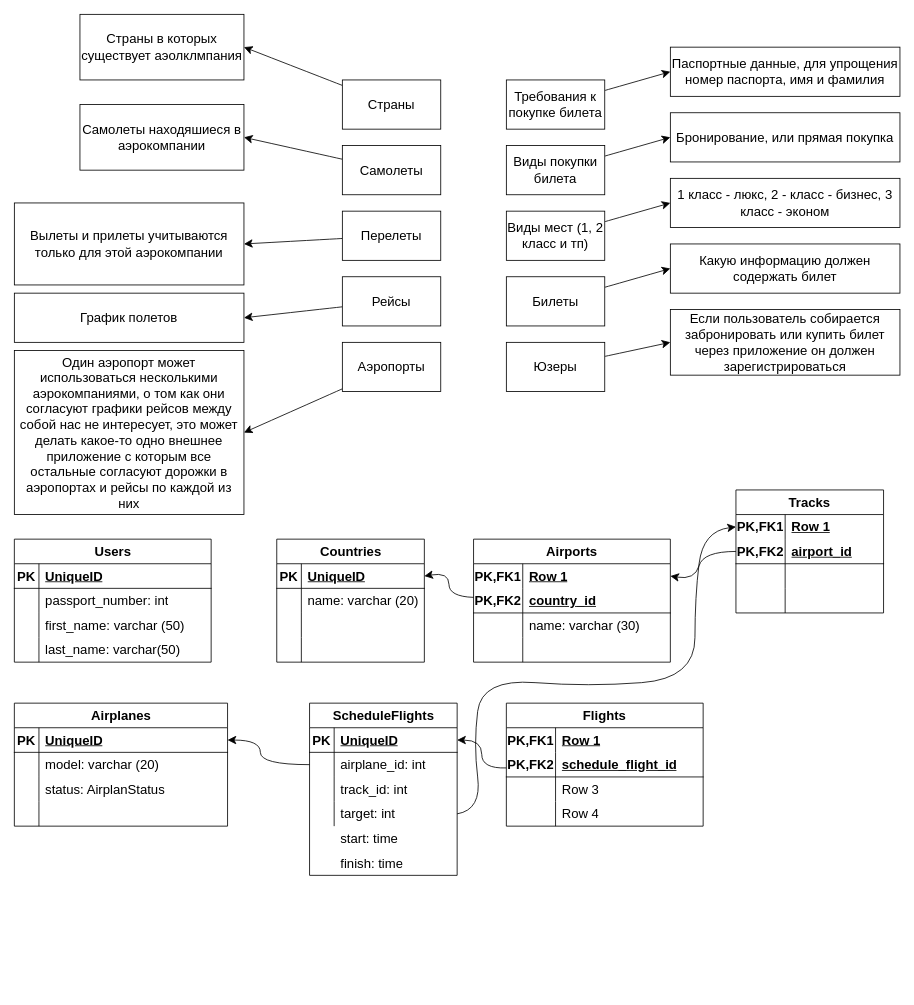
Earlier version of the draw.io diagram Aэрокомпания.drawio (KmvRoman/Diagrams). Source tidied: cells renumbered, new cells numbered last; positions are measured from the earlier drawing's top-left corner, leaving out a move shared by most shapes. Both pictures are drawn from the tidied source at 82%, with x=0, y=0 at pixel (14, 14).
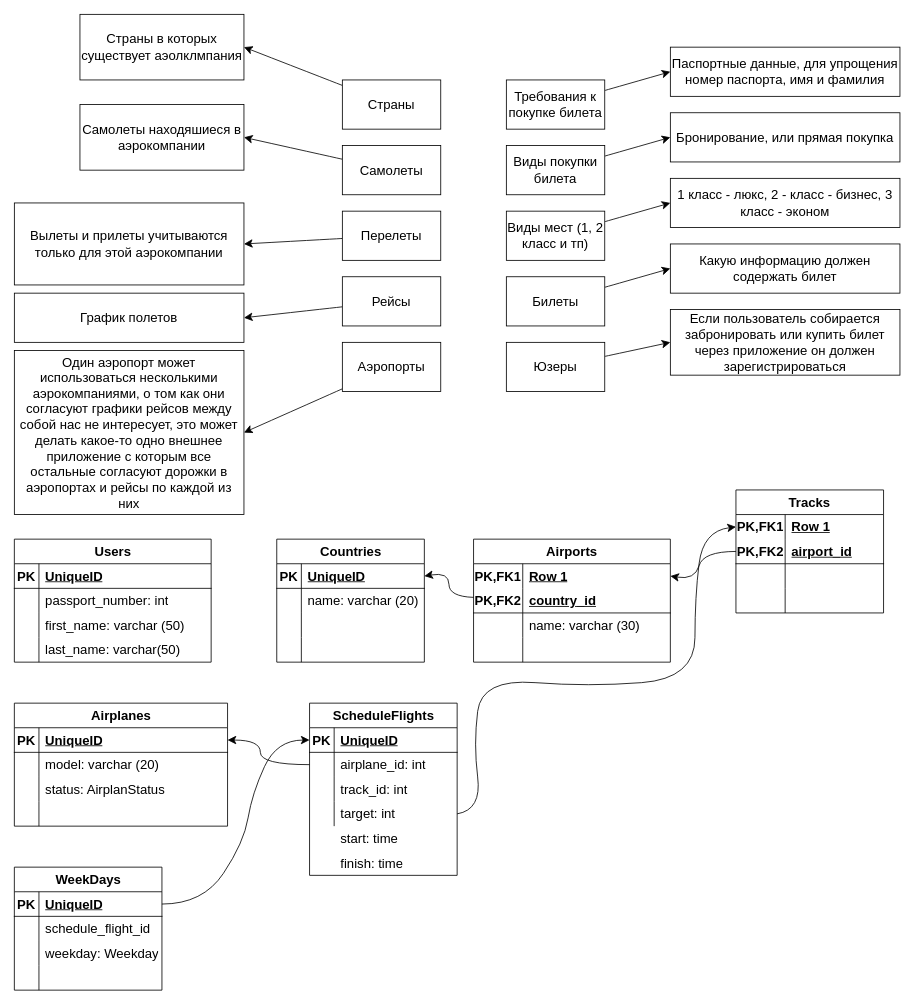
The same diagram, later.

Unchanged cells that the change refers to:
```xml
<mxCell id="99" style="shape=tableRow;horizontal=0;startSize=0;swimlaneHead=0;swimlaneBody=0;fillColor=none;points=[[0,0.5],[1,0.5]];portConstraint=eastwest;top=0;left=0;right=0;bottom=1;fontSize=16;" parent="98" vertex="1">
  <mxGeometry y="30" width="180" height="30" as="geometry" />
</mxCell>
```

What changed in the source:
```diff
@@
-    <mxCell id="116" style="edgeStyle=none;curved=1;rounded=0;jettySize=auto;html=1;entryX=1;entryY=0.5;entryDx=0;entryDy=0;fontSize=12;startSize=8;endSize=8;" parent="1" edge="1" source="117" target="99">
-      <mxGeometry relative="1" as="geometry">
-        <Array as="points">
-          <mxPoint x="570" y="920" />
-          <mxPoint x="570" y="885" />
-        </Array>
-      </mxGeometry>
-    </mxCell>
-    <mxCell id="117" value="Flights" style="shape=table;startSize=30;childLayout=tableLayout;rowLines=0;fontStyle=1;align=center;html=1;whiteSpace=wrap;fontSize=16;" parent="1" vertex="1">
-      <mxGeometry x="600" y="840" width="240" height="150" as="geometry" />
-    </mxCell>
-    <mxCell id="118" style="shape=tableRow;horizontal=0;startSize=0;swimlaneHead=0;swimlaneBody=0;fillColor=none;top=0;left=0;right=0;bottom=0;html=1;fontSize=16;" parent="117" vertex="1">
-      <mxGeometry y="30" width="240" height="30" as="geometry" />
-    </mxCell>
-    <mxCell id="119" value="PK,FK1" style="shape=partialRectangle;fillColor=none;top=0;left=0;bottom=0;right=0;fontStyle=1;overflow=hidden;html=1;whiteSpace=wrap;fontSize=16;" parent="118" vertex="1">
-      <mxGeometry width="60" height="30" as="geometry" />
-    </mxCell>
-    <mxCell id="120" value="Row 1" style="shape=partialRectangle;fillColor=none;top=0;left=0;bottom=0;right=0;align=left;spacingLeft=6;fontStyle=5;overflow=hidden;html=1;whiteSpace=wrap;fontSize=16;" parent="118" vertex="1">
-      <mxGeometry x="60" width="180" height="30" as="geometry" />
-    </mxCell>
-    <mxCell id="121" style="shape=tableRow;horizontal=0;startSize=0;swimlaneHead=0;swimlaneBody=0;fillColor=none;top=0;left=0;right=0;bottom=1;html=1;fontSize=16;" parent="117" vertex="1">
-      <mxGeometry y="60" width="240" height="30" as="geometry" />
-    </mxCell>
-    <mxCell id="122" value="PK,FK2" style="shape=partialRectangle;fillColor=none;top=0;left=0;bottom=0;right=0;fontStyle=1;overflow=hidden;html=1;whiteSpace=wrap;fontSize=16;" parent="121" vertex="1">
-      <mxGeometry width="60" height="30" as="geometry" />
-    </mxCell>
+    <mxCell id="130" value="WeekDays" style="shape=table;startSize=30;childLayout=tableLayout;rowLines=0;fontStyle=1;align=center;html=1;fontSize=16;" parent="1" vertex="1">
+      <mxGeometry y="1040" width="180" height="150" as="geometry" />
+    </mxCell>
+    <mxCell id="131" style="shape=tableRow;horizontal=0;startSize=0;swimlaneHead=0;swimlaneBody=0;fillColor=none;points=[[0,0.5],[1,0.5]];portConstraint=eastwest;top=0;left=0;right=0;bottom=1;fontSize=16;" parent="130" vertex="1">
+      <mxGeometry y="30" width="180" height="30" as="geometry" />
+    </mxCell>
+    <mxCell id="132" value="PK" style="shape=partialRectangle;fillColor=none;top=0;left=0;bottom=0;right=0;fontStyle=1;overflow=hidden;whiteSpace=wrap;html=1;fontSize=16;" parent="131" vertex="1">
+      <mxGeometry width="30" height="30" as="geometry" />
+    </mxCell>
+    <mxCell id="133" value="UniqueID" style="shape=partialRectangle;fillColor=none;top=0;left=0;bottom=0;right=0;align=left;spacingLeft=6;fontStyle=5;overflow=hidden;whiteSpace=wrap;html=1;fontSize=16;" parent="131" vertex="1">
+      <mxGeometry x="30" width="150" height="30" as="geometry" />
+    </mxCell>
+    <mxCell id="134" style="shape=tableRow;horizontal=0;startSize=0;swimlaneHead=0;swimlaneBody=0;fillColor=none;top=0;left=0;right=0;bottom=0;fontSize=16;" parent="130" vertex="1">
+      <mxGeometry y="60" width="180" height="30" as="geometry" />
+    </mxCell>
+    <mxCell id="135" style="shape=partialRectangle;fillColor=none;top=0;left=0;bottom=0;right=0;overflow=hidden;whiteSpace=wrap;html=1;fontSize=16;" parent="134" vertex="1">
+      <mxGeometry width="30" height="30" as="geometry" />
+    </mxCell>
-    <mxCell id="123" value="schedule_flight_id" style="shape=partialRectangle;fillColor=none;top=0;left=0;bottom=0;right=0;align=left;spacingLeft=6;fontStyle=5;overflow=hidden;html=1;whiteSpace=wrap;fontSize=16;" parent="121" vertex="1">
-      <mxGeometry x="60" width="180" height="30" as="geometry" />
+    <mxCell id="123" value="schedule_flight_id" style="shape=partialRectangle;fillColor=none;top=0;left=0;bottom=0;right=0;align=left;spacingLeft=6;overflow=hidden;whiteSpace=wrap;html=1;fontSize=16;" parent="134" vertex="1">
+      <mxGeometry x="30" width="150" height="30" as="geometry" />
     </mxCell>
-    <mxCell id="124" style="shape=tableRow;horizontal=0;startSize=0;swimlaneHead=0;swimlaneBody=0;fillColor=none;top=0;left=0;right=0;bottom=0;html=1;fontSize=16;" parent="117" vertex="1">
-      <mxGeometry y="90" width="240" height="30" as="geometry" />
-    </mxCell>
-    <mxCell id="125" style="shape=partialRectangle;fillColor=none;top=0;left=0;bottom=0;right=0;overflow=hidden;html=1;whiteSpace=wrap;fontSize=16;" parent="124" vertex="1">
-      <mxGeometry width="60" height="30" as="geometry" />
-    </mxCell>
-    <mxCell id="126" value="Row 3" style="shape=partialRectangle;fillColor=none;top=0;left=0;bottom=0;right=0;align=left;spacingLeft=6;overflow=hidden;html=1;whiteSpace=wrap;fontSize=16;" parent="124" vertex="1">
-      <mxGeometry x="60" width="180" height="30" as="geometry" />
-    </mxCell>
-    <mxCell id="127" style="shape=tableRow;horizontal=0;startSize=0;swimlaneHead=0;swimlaneBody=0;fillColor=none;top=0;left=0;right=0;bottom=0;html=1;fontSize=16;" parent="117" vertex="1">
-      <mxGeometry y="120" width="240" height="30" as="geometry" />
-    </mxCell>
-    <mxCell id="128" style="shape=partialRectangle;fillColor=none;top=0;left=0;bottom=0;right=0;overflow=hidden;html=1;whiteSpace=wrap;fontSize=16;" parent="127" vertex="1">
-      <mxGeometry width="60" height="30" as="geometry" />
-    </mxCell>
-    <mxCell id="129" value="Row 4" style="shape=partialRectangle;fillColor=none;top=0;left=0;bottom=0;right=0;align=left;spacingLeft=6;overflow=hidden;html=1;whiteSpace=wrap;fontSize=16;" parent="127" vertex="1">
-      <mxGeometry x="60" width="180" height="30" as="geometry" />
-    </mxCell>
+    <mxCell id="136" style="shape=tableRow;horizontal=0;startSize=0;swimlaneHead=0;swimlaneBody=0;fillColor=none;top=0;left=0;right=0;bottom=0;fontSize=16;" parent="130" vertex="1">
+      <mxGeometry y="90" width="180" height="30" as="geometry" />
+    </mxCell>
+    <mxCell id="137" style="shape=partialRectangle;fillColor=none;top=0;left=0;bottom=0;right=0;overflow=hidden;whiteSpace=wrap;html=1;fontSize=16;" parent="136" vertex="1">
+      <mxGeometry width="30" height="30" as="geometry" />
+    </mxCell>
+    <mxCell id="138" value="weekday: Weekday" style="shape=partialRectangle;fillColor=none;top=0;left=0;bottom=0;right=0;align=left;spacingLeft=6;overflow=hidden;whiteSpace=wrap;html=1;fontSize=16;" parent="136" vertex="1">
+      <mxGeometry x="30" width="150" height="30" as="geometry" />
+    </mxCell>
+    <mxCell id="139" style="shape=tableRow;horizontal=0;startSize=0;swimlaneHead=0;swimlaneBody=0;fillColor=none;top=0;left=0;right=0;bottom=0;fontSize=16;" parent="130" vertex="1">
+      <mxGeometry y="120" width="180" height="30" as="geometry" />
+    </mxCell>
+    <mxCell id="140" style="shape=partialRectangle;fillColor=none;top=0;left=0;bottom=0;right=0;overflow=hidden;whiteSpace=wrap;html=1;fontSize=16;" parent="139" vertex="1">
+      <mxGeometry width="30" height="30" as="geometry" />
+    </mxCell>
+    <mxCell id="141" style="shape=partialRectangle;fillColor=none;top=0;left=0;bottom=0;right=0;align=left;spacingLeft=6;overflow=hidden;whiteSpace=wrap;html=1;fontSize=16;" parent="139" vertex="1">
+      <mxGeometry x="30" width="150" height="30" as="geometry" />
+    </mxCell>
+    <mxCell id="142" style="edgeStyle=none;curved=1;rounded=0;jettySize=auto;html=1;entryX=0;entryY=0.5;entryDx=0;entryDy=0;fontSize=12;startSize=8;endSize=8;exitX=1;exitY=0.5;exitDx=0;exitDy=0;" parent="1" edge="1" source="131" target="99">
+      <mxGeometry relative="1" as="geometry">
+        <Array as="points">
+          <mxPoint x="230" y="1085" />
+          <mxPoint x="280" y="1010" />
+          <mxPoint x="290" y="950" />
+          <mxPoint x="320" y="885" />
+        </Array>
+      </mxGeometry>
+    </mxCell>
```
